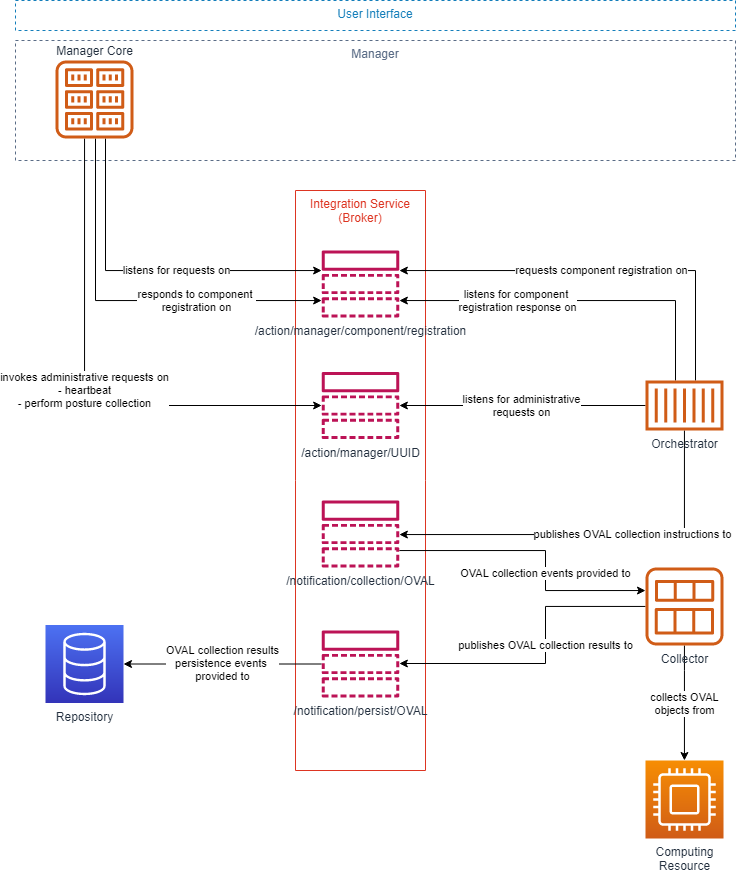
The draw.io diagram sacm-architecture.png in sacmwg/draft-ietf-sacm-architecture-redux, before a commit. Source tidied: cells renumbered, new cells last; positions are measured from the earlier drawing's top-left corner, leaving out a move shared by most shapes.
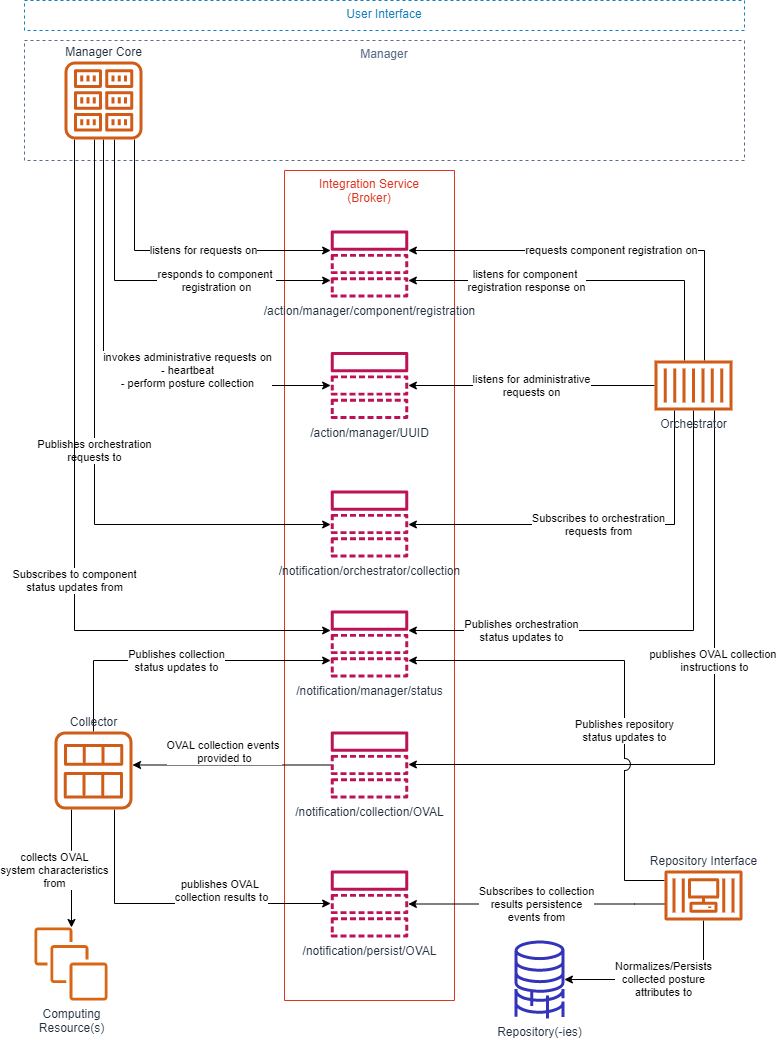
After the commit.

The edit, as a diff of the source:
```diff
@@ -3,18 +3,18 @@
     <mxCell id="0" />
     <mxCell id="1" parent="0" />
     <mxCell id="2" value="Manager" style="fillColor=none;strokeColor=#5A6C86;dashed=1;verticalAlign=top;fontStyle=0;fontColor=#5A6C86;" parent="1" vertex="1">
-      <mxGeometry y="40" width="720" height="120" as="geometry" />
+      <mxGeometry y="60" width="720" height="120" as="geometry" />
     </mxCell>
     <mxCell id="3" value="Integration Service&#10;(Broker)" style="fillColor=none;strokeColor=#DD3522;verticalAlign=top;fontStyle=0;fontColor=#DD3522;direction=south;" parent="1" vertex="1">
-      <mxGeometry x="280" y="190" width="130" height="580" as="geometry" />
+      <mxGeometry x="260" y="190" width="170" height="830" as="geometry" />
     </mxCell>
     <mxCell id="4" value="listens for administrative&lt;br&gt;requests on" style="edgeStyle=orthogonalEdgeStyle;rounded=0;jettySize=auto;html=1;" parent="1" edge="1" source="8" target="14">
       <mxGeometry relative="1" as="geometry" />
     </mxCell>
-    <mxCell id="5" value="publishes OVAL collection instructions to" style="edgeStyle=orthogonalEdgeStyle;rounded=0;jettySize=auto;html=1;" parent="1" edge="1" source="8" target="18">
-      <mxGeometry x="-0.2" relative="1" as="geometry">
+    <mxCell id="5" value="publishes OVAL collection &lt;br&gt;instructions to" style="edgeStyle=orthogonalEdgeStyle;rounded=0;jettySize=auto;html=1;" parent="1" edge="1" source="8" target="18">
+      <mxGeometry x="-0.24" relative="1" as="geometry">
         <Array as="points">
-          <mxPoint x="669" y="534" />
+          <mxPoint x="690" y="784" />
         </Array>
       </mxGeometry>
     </mxCell>
@@ -32,32 +32,46 @@
         </Array>
       </mxGeometry>
     </mxCell>
+    <mxCell id="25" value="Subscribes to orchestration&lt;br&gt;requests from" style="edgeStyle=orthogonalEdgeStyle;rounded=0;jettySize=auto;html=1;" parent="1" edge="1" source="8" target="31">
+      <mxGeometry relative="1" as="geometry">
+        <Array as="points">
+          <mxPoint x="650" y="544" />
+        </Array>
+      </mxGeometry>
+    </mxCell>
+    <mxCell id="26" value="Publishes orchestration&lt;br&gt;status updates to" style="edgeStyle=orthogonalEdgeStyle;rounded=0;jettySize=auto;html=1;startArrow=none;startFill=0;endArrow=classic;endFill=1;" parent="1" edge="1" source="8" target="30">
+      <mxGeometry x="0.55" relative="1" as="geometry">
+        <Array as="points">
+          <mxPoint x="669" y="650" />
+        </Array>
+      </mxGeometry>
+    </mxCell>
     <mxCell id="8" value="Orchestrator" style="outlineConnect=0;fontColor=#232F3E;gradientColor=none;fillColor=#D05C17;strokeColor=none;dashed=0;verticalLabelPosition=bottom;verticalAlign=top;align=center;html=1;fontSize=12;fontStyle=0;shape=mxgraph.aws4.container_1;" parent="1" vertex="1">
       <mxGeometry x="630" y="380" width="78" height="50" as="geometry" />
     </mxCell>
     <mxCell id="9" value="listens for requests on" style="edgeStyle=orthogonalEdgeStyle;rounded=0;jettySize=auto;html=1;" parent="1" edge="1" source="24" target="13">
       <mxGeometry x="0.17" relative="1" as="geometry">
         <Array as="points">
-          <mxPoint x="90" y="270" />
+          <mxPoint x="110" y="270" />
         </Array>
       </mxGeometry>
     </mxCell>
     <mxCell id="10" value="responds to component &lt;br&gt;registration on" style="edgeStyle=orthogonalEdgeStyle;rounded=0;jettySize=auto;html=1;" parent="1" edge="1" source="24" target="13">
       <mxGeometry x="0.36" relative="1" as="geometry">
         <Array as="points">
-          <mxPoint x="80" y="300" />
+          <mxPoint x="90" y="300" />
         </Array>
       </mxGeometry>
     </mxCell>
     <mxCell id="11" value="invokes administrative requests on&lt;br&gt;- heartbeat&lt;br&gt;- perform posture collection" style="edgeStyle=orthogonalEdgeStyle;rounded=0;jettySize=auto;html=1;" parent="1" edge="1" source="24" target="14">
-      <mxGeometry relative="1" as="geometry">
+      <mxGeometry x="0.4" y="15" relative="1" as="geometry">
         <Array as="points">
-          <mxPoint x="69" y="405" />
+          <mxPoint x="79" y="405" />
         </Array>
       </mxGeometry>
     </mxCell>
     <mxCell id="12" value="User Interface" style="fillColor=none;strokeColor=#147EBA;dashed=1;verticalAlign=top;fontStyle=0;fontColor=#147EBA;" parent="1" vertex="1">
-      <mxGeometry width="720" height="30" as="geometry" />
+      <mxGeometry y="20" width="720" height="30" as="geometry" />
     </mxCell>
     <mxCell id="13" value="/action/manager/component/registration" style="outlineConnect=0;fontColor=#232F3E;gradientColor=none;fillColor=#BC1356;strokeColor=none;dashed=0;verticalLabelPosition=bottom;verticalAlign=top;align=center;html=1;fontSize=12;fontStyle=0;shape=mxgraph.aws4.topic;" parent="1" vertex="1">
       <mxGeometry x="306" y="250" width="78" height="67" as="geometry" />
@@ -65,50 +79,99 @@
     <mxCell id="14" value="/action/manager/UUID" style="outlineConnect=0;fontColor=#232F3E;gradientColor=none;fillColor=#BC1356;strokeColor=none;dashed=0;verticalLabelPosition=bottom;verticalAlign=top;align=center;html=1;fontSize=12;fontStyle=0;shape=mxgraph.aws4.topic;" parent="1" vertex="1">
       <mxGeometry x="306" y="371.5" width="78" height="67" as="geometry" />
     </mxCell>
-    <mxCell id="15" value="OVAL collection results&lt;br&gt;persistence events&amp;nbsp;&lt;br&gt;provided to" style="edgeStyle=orthogonalEdgeStyle;rounded=0;jettySize=auto;html=1;" parent="1" edge="1" source="16" target="22">
-      <mxGeometry relative="1" as="geometry" />
+    <mxCell id="15" value="Subscribes to collection&lt;br&gt;results persistence&lt;br&gt;events from" style="edgeStyle=orthogonalEdgeStyle;rounded=0;jettySize=auto;html=1;startArrow=classic;startFill=1;endArrow=none;endFill=0;" parent="1" edge="1" source="16" target="34">
+      <mxGeometry relative="1" as="geometry">
+        <Array as="points">
+          <mxPoint x="610" y="924" />
+          <mxPoint x="610" y="924" />
+        </Array>
+      </mxGeometry>
     </mxCell>
     <mxCell id="16" value="/notification/persist/OVAL" style="outlineConnect=0;fontColor=#232F3E;gradientColor=none;fillColor=#BC1356;strokeColor=none;dashed=0;verticalLabelPosition=bottom;verticalAlign=top;align=center;html=1;fontSize=12;fontStyle=0;shape=mxgraph.aws4.topic;" parent="1" vertex="1">
-      <mxGeometry x="306" y="630" width="78" height="67" as="geometry" />
+      <mxGeometry x="306" y="890" width="78" height="67" as="geometry" />
     </mxCell>
-    <mxCell id="17" value="OVAL collection events provided to" style="edgeStyle=orthogonalEdgeStyle;rounded=0;jettySize=auto;html=1;" parent="1" edge="1" source="18" target="21">
-      <mxGeometry x="0.18" relative="1" as="geometry">
+    <mxCell id="17" value="OVAL collection events &lt;br&gt;provided to" style="edgeStyle=orthogonalEdgeStyle;rounded=0;jettySize=auto;html=1;" parent="1" edge="1" source="18" target="21">
+      <mxGeometry x="0.07" y="-14" relative="1" as="geometry">
         <Array as="points">
-          <mxPoint x="530" y="550" />
-          <mxPoint x="530" y="590" />
+          <mxPoint x="210" y="785" />
+          <mxPoint x="210" y="785" />
         </Array>
       </mxGeometry>
     </mxCell>
     <mxCell id="18" value="/notification/collection/OVAL" style="outlineConnect=0;fontColor=#232F3E;gradientColor=none;fillColor=#BC1356;strokeColor=none;dashed=0;verticalLabelPosition=bottom;verticalAlign=top;align=center;html=1;fontSize=12;fontStyle=0;shape=mxgraph.aws4.topic;" parent="1" vertex="1">
-      <mxGeometry x="306" y="500" width="78" height="67" as="geometry" />
+      <mxGeometry x="306" y="751" width="78" height="67" as="geometry" />
     </mxCell>
-    <mxCell id="19" value="collects OVAL&lt;br&gt;objects from" style="edgeStyle=orthogonalEdgeStyle;rounded=0;jettySize=auto;html=1;" parent="1" edge="1" source="21" target="23">
-      <mxGeometry relative="1" as="geometry">
+    <mxCell id="19" value="collects OVAL&lt;br&gt;system characteristics&lt;br&gt;from" style="edgeStyle=orthogonalEdgeStyle;rounded=0;jettySize=auto;html=1;" parent="1" edge="1" source="21" target="35">
+      <mxGeometry x="0.03" y="-17" relative="1" as="geometry">
         <Array as="points">
-          <mxPoint x="669" y="670" />
-          <mxPoint x="669" y="670" />
+          <mxPoint x="47" y="870" />
+          <mxPoint x="47" y="870" />
         </Array>
       </mxGeometry>
     </mxCell>
-    <mxCell id="20" value="publishes OVAL collection results to" style="edgeStyle=orthogonalEdgeStyle;rounded=0;jettySize=auto;html=1;" parent="1" edge="1" source="21" target="16">
-      <mxGeometry x="-0.09" relative="1" as="geometry">
+    <mxCell id="20" value="publishes OVAL &lt;br&gt;collection results to" style="edgeStyle=orthogonalEdgeStyle;rounded=0;jettySize=auto;html=1;" parent="1" edge="1" source="21" target="16">
+      <mxGeometry x="0.3" y="13" relative="1" as="geometry">
         <Array as="points">
-          <mxPoint x="530" y="606" />
-          <mxPoint x="530" y="663" />
+          <mxPoint x="90" y="923" />
         </Array>
       </mxGeometry>
     </mxCell>
+    <mxCell id="27" value="Publishes collection&lt;br&gt;status updates to" style="edgeStyle=orthogonalEdgeStyle;rounded=0;jettySize=auto;html=1;startArrow=none;startFill=0;endArrow=classic;endFill=1;" parent="1" edge="1" source="21" target="30">
+      <mxGeometry relative="1" as="geometry">
+        <Array as="points">
+          <mxPoint x="69" y="680" />
+        </Array>
+      </mxGeometry>
+    </mxCell>
-    <mxCell id="21" value="Collector" style="outlineConnect=0;fontColor=#232F3E;gradientColor=none;fillColor=#D05C17;strokeColor=none;dashed=0;verticalLabelPosition=bottom;verticalAlign=top;align=center;html=1;fontSize=12;fontStyle=0;shape=mxgraph.aws4.ami;" parent="1" vertex="1">
-      <mxGeometry x="630" y="567" width="78" height="78" as="geometry" />
+    <mxCell id="21" value="Collector" style="outlineConnect=0;fontColor=#232F3E;gradientColor=none;fillColor=#D05C17;strokeColor=none;dashed=0;verticalLabelPosition=top;verticalAlign=bottom;align=center;html=1;fontSize=12;fontStyle=0;shape=mxgraph.aws4.ami;labelPosition=center;" parent="1" vertex="1">
+      <mxGeometry x="30" y="751" width="78" height="78" as="geometry" />
     </mxCell>
-    <mxCell id="22" value="Repository" style="outlineConnect=0;fontColor=#232F3E;gradientColor=#4D72F3;gradientDirection=north;fillColor=#3334B9;strokeColor=#ffffff;dashed=0;verticalLabelPosition=bottom;verticalAlign=top;align=center;html=1;fontSize=12;fontStyle=0;shape=mxgraph.aws4.resourceIcon;resIcon=mxgraph.aws4.database;" parent="1" vertex="1">
-      <mxGeometry x="30" y="624.5" width="78" height="78" as="geometry" />
-    </mxCell>
-    <mxCell id="23" value="Computing&lt;br&gt;Resource" style="outlineConnect=0;fontColor=#232F3E;gradientColor=#F78E04;gradientDirection=north;fillColor=#D05C17;strokeColor=#ffffff;dashed=0;verticalLabelPosition=bottom;verticalAlign=top;align=center;html=1;fontSize=12;fontStyle=0;shape=mxgraph.aws4.resourceIcon;resIcon=mxgraph.aws4.compute;" parent="1" vertex="1">
-      <mxGeometry x="630" y="760" width="78" height="78" as="geometry" />
-    </mxCell>
+    <mxCell id="28" value="Publishes orchestration&lt;br&gt;requests to" style="edgeStyle=orthogonalEdgeStyle;rounded=0;jettySize=auto;html=1;" parent="1" edge="1" source="24" target="31">
+      <mxGeometry relative="1" as="geometry">
+        <Array as="points">
+          <mxPoint x="70" y="544" />
+        </Array>
+      </mxGeometry>
+    </mxCell>
+    <mxCell id="29" value="Subscribes to component&lt;br&gt;status updates from" style="edgeStyle=orthogonalEdgeStyle;rounded=0;jettySize=auto;html=1;startArrow=none;startFill=0;endArrow=classic;endFill=1;" parent="1" edge="1" source="24" target="30">
+      <mxGeometry x="0.18" relative="1" as="geometry">
+        <Array as="points">
+          <mxPoint x="50" y="650" />
+        </Array>
+      </mxGeometry>
+    </mxCell>
     <mxCell id="24" value="Manager Core" style="outlineConnect=0;fontColor=#232F3E;gradientColor=none;fillColor=#D05C17;strokeColor=none;dashed=0;verticalLabelPosition=top;verticalAlign=bottom;align=center;html=1;fontSize=12;fontStyle=0;shape=mxgraph.aws4.registry;labelPosition=center;" parent="1" vertex="1">
-      <mxGeometry x="40" y="60" width="78" height="78" as="geometry" />
+      <mxGeometry x="40" y="81" width="78" height="78" as="geometry" />
     </mxCell>
+    <mxCell id="30" value="/notification/manager/status" style="outlineConnect=0;fontColor=#232F3E;gradientColor=none;fillColor=#BC1356;strokeColor=none;dashed=0;verticalLabelPosition=bottom;verticalAlign=top;align=center;html=1;fontSize=12;fontStyle=0;shape=mxgraph.aws4.topic;" parent="1" vertex="1">
+      <mxGeometry x="306" y="630" width="78" height="67" as="geometry" />
+    </mxCell>
+    <mxCell id="31" value="/notification/orchestrator/collection" style="outlineConnect=0;fontColor=#232F3E;gradientColor=none;fillColor=#BC1356;strokeColor=none;dashed=0;verticalLabelPosition=bottom;verticalAlign=top;align=center;html=1;fontSize=12;fontStyle=0;shape=mxgraph.aws4.topic;" parent="1" vertex="1">
+      <mxGeometry x="306" y="510" width="78" height="67" as="geometry" />
+    </mxCell>
+    <mxCell id="32" value="Normalizes/Persists&lt;br&gt;collected posture&lt;br&gt;attributes to" style="edgeStyle=orthogonalEdgeStyle;rounded=0;jettySize=auto;html=1;startArrow=none;startFill=0;endArrow=classic;endFill=1;" parent="1" edge="1" source="34" target="36">
+      <mxGeometry relative="1" as="geometry">
+        <Array as="points">
+          <mxPoint x="679" y="999" />
+        </Array>
+      </mxGeometry>
+    </mxCell>
+    <mxCell id="33" value="Publishes repository&lt;br&gt;status updates to" style="edgeStyle=orthogonalEdgeStyle;rounded=0;jettySize=auto;html=1;startArrow=none;startFill=0;endArrow=classic;endFill=1;jumpStyle=arc;jumpSize=12;" parent="1" edge="1" source="34" target="30">
+      <mxGeometry x="-0.2" relative="1" as="geometry">
+        <Array as="points">
+          <mxPoint x="600" y="900" />
+          <mxPoint x="600" y="680" />
+        </Array>
+      </mxGeometry>
+    </mxCell>
+    <mxCell id="34" value="Repository Interface" style="outlineConnect=0;fontColor=#232F3E;gradientColor=none;fillColor=#D05C17;strokeColor=none;dashed=0;verticalLabelPosition=top;verticalAlign=bottom;align=center;html=1;fontSize=12;fontStyle=0;shape=mxgraph.aws4.container_3;labelPosition=center;" parent="1" vertex="1">
+      <mxGeometry x="640" y="890" width="78" height="50" as="geometry" />
+    </mxCell>
+    <mxCell id="35" value="Computing&lt;br&gt;Resource(s)" style="outlineConnect=0;fontColor=#232F3E;gradientColor=none;fillColor=#D86613;strokeColor=none;dashed=0;verticalLabelPosition=bottom;verticalAlign=top;align=center;html=1;fontSize=12;fontStyle=0;shape=mxgraph.aws4.instances;" parent="1" vertex="1">
+      <mxGeometry x="10" y="947" width="73" height="73" as="geometry" />
+    </mxCell>
+    <mxCell id="36" value="Repository(-ies)" style="outlineConnect=0;fontColor=#232F3E;gradientColor=none;fillColor=#3334B9;strokeColor=none;dashed=0;verticalLabelPosition=bottom;verticalAlign=top;align=center;html=1;fontSize=12;fontStyle=0;shape=mxgraph.aws4.database_migration_workflow_job;" parent="1" vertex="1">
+      <mxGeometry x="490" y="960" width="50" height="78" as="geometry" />
+    </mxCell>
   </root>
 </mxGraphModel>
```
